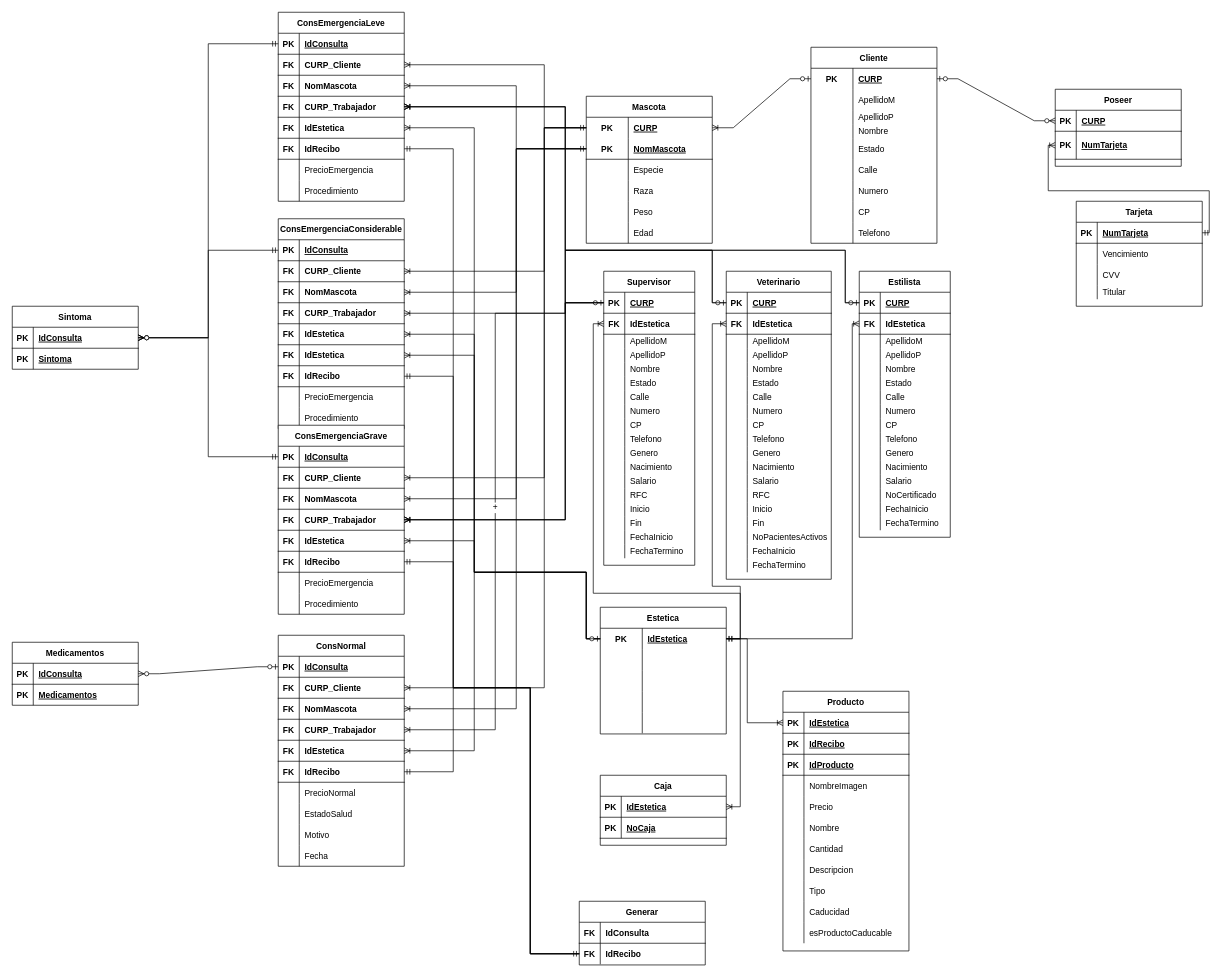
The draw.io diagram RelacionalAlfa.drawio in FBD-Alfa/Practica05, before the edit. Source tidied: cells renumbered, new cells numbered last; positions are measured from the earlier drawing's top-left corner, leaving out a move shared by most shapes. Both pictures are drawn from the tidied source at 70%, with x=0, y=0 at pixel (12, 12).
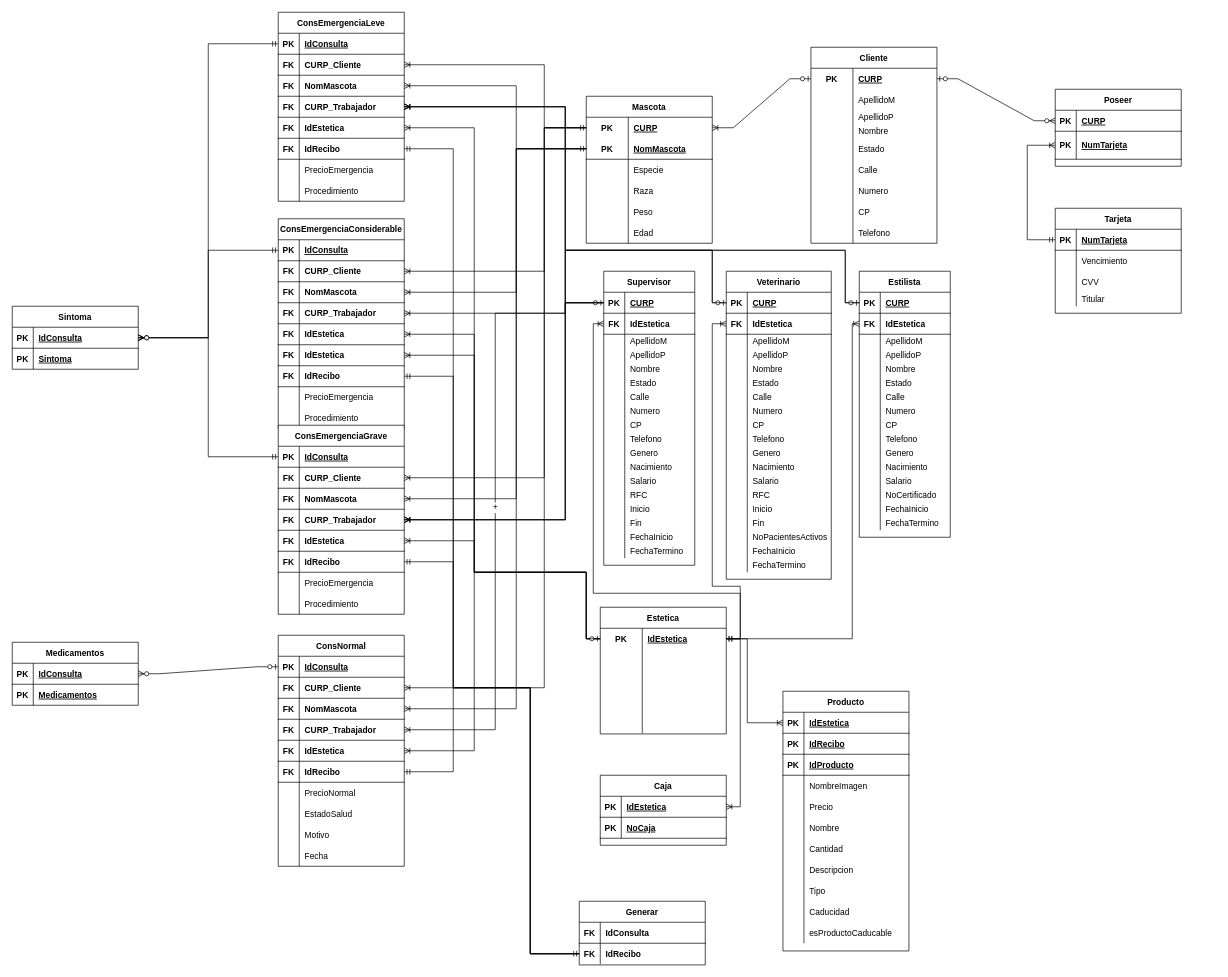
After the change.

Commit message:
Moví una flecha

The change refers to these unchanged cells:
```xml
<mxCell id="256" style="shape=tableRow;horizontal=0;startSize=0;swimlaneHead=0;swimlaneBody=0;fillColor=none;points=[[0,0.5],[1,0.5]];portConstraint=eastwest;top=0;left=0;right=0;bottom=1;" parent="255" vertex="1">
  <mxGeometry y="30" width="180" height="30" as="geometry" />
</mxCell>
<mxCell id="272" style="shape=tableRow;horizontal=0;startSize=0;swimlaneHead=0;swimlaneBody=0;fillColor=none;points=[[0,0.5],[1,0.5]];portConstraint=eastwest;top=0;left=0;right=0;bottom=1;" parent="268" vertex="1">
  <mxGeometry y="60" width="180" height="40" as="geometry" />
</mxCell>
```

Diff of the diagram source:
```diff
@@
     <mxCell id="255" value="Tarjeta" style="shape=table;startSize=30;childLayout=tableLayout;rowLines=0;fontStyle=1;align=center;" parent="1" vertex="1">
-      <mxGeometry x="1520" y="270" width="180" height="150" as="geometry" />
+      <mxGeometry x="1490" y="280" width="180" height="150" as="geometry" />
     </mxCell>
@@
-    <mxCell id="275" style="edgeStyle=orthogonalEdgeStyle;fontSize=12;html=1;endArrow=ERoneToMany;startArrow=ERmandOne;rounded=0;entryX=0;entryY=0.5;entryDx=0;entryDy=0;exitX=1;exitY=0.5;exitDx=0;exitDy=0;" parent="1" edge="1" source="256" target="272">
-      <mxGeometry relative="1" as="geometry" />
+    <mxCell id="275" style="edgeStyle=orthogonalEdgeStyle;fontSize=12;html=1;endArrow=ERoneToMany;startArrow=ERmandOne;rounded=0;entryX=0;entryY=0.5;entryDx=0;entryDy=0;exitX=0;exitY=0.5;exitDx=0;exitDy=0;" parent="1" edge="1" source="256" target="272">
+      <mxGeometry relative="1" as="geometry">
+        <Array as="points">
+          <mxPoint x="1450" y="325" />
+          <mxPoint x="1450" y="190" />
+        </Array>
+      </mxGeometry>
     </mxCell>
```
